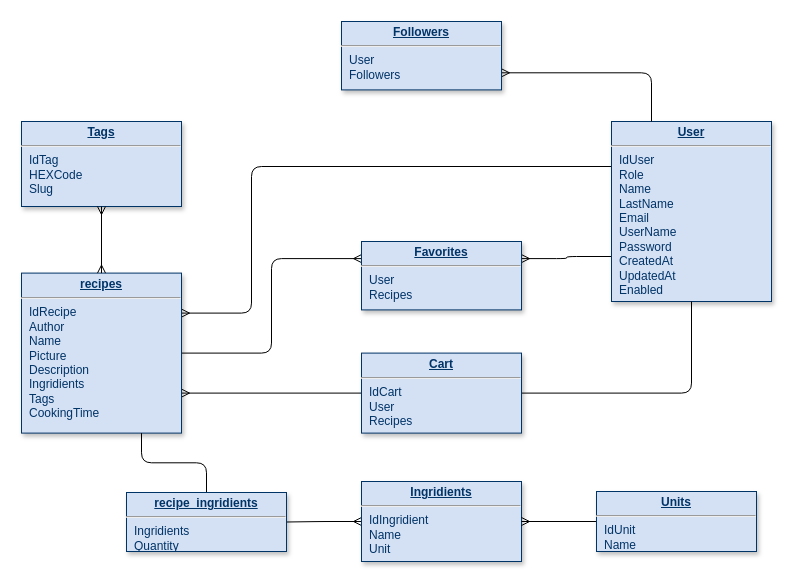
The draw.io diagram backend/db.drawio in smart5678/foodgram-project-react, before the edit. Source tidied: cells renumbered, new cells numbered last; positions are measured from the earlier drawing's top-left corner, leaving out a move shared by most shapes. Both pictures are drawn from the tidied source at 100%, with x=0, y=0 at pixel (21, 21).
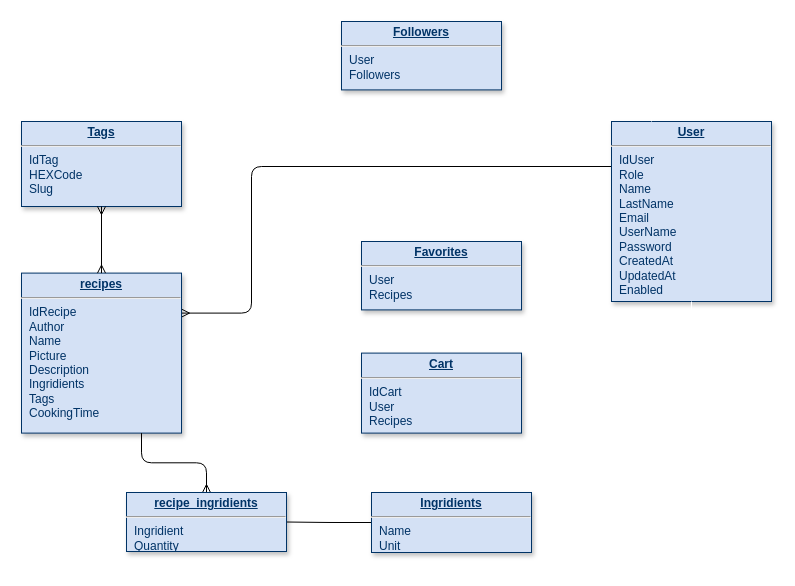
The same page after the edit.

The change refers to these unchanged cells:
```xml
<mxCell id="5" value="&lt;p style=&quot;margin: 0px ; margin-top: 4px ; text-align: center ; text-decoration: underline&quot;&gt;&lt;strong&gt;User&lt;/strong&gt;&lt;/p&gt;&lt;hr&gt;&lt;p style=&quot;margin: 0px ; margin-left: 8px&quot;&gt;IdUser&lt;/p&gt;&lt;p style=&quot;margin: 0px ; margin-left: 8px&quot;&gt;Role&lt;/p&gt;&lt;p style=&quot;margin: 0px ; margin-left: 8px&quot;&gt;Name&lt;/p&gt;&lt;p style=&quot;margin: 0px ; margin-left: 8px&quot;&gt;LastName&lt;/p&gt;&lt;p style=&quot;margin: 0px ; margin-left: 8px&quot;&gt;Email&lt;/p&gt;&lt;p style=&quot;margin: 0px ; margin-left: 8px&quot;&gt;UserName&lt;/p&gt;&lt;p style=&quot;margin: 0px ; margin-left: 8px&quot;&gt;Password&lt;/p&gt;&lt;p style=&quot;margin: 0px ; margin-left: 8px&quot;&gt;CreatedAt&lt;/p&gt;&lt;p style=&quot;margin: 0px ; margin-left: 8px&quot;&gt;UpdatedAt&lt;/p&gt;&lt;p style=&quot;margin: 0px ; margin-left: 8px&quot;&gt;Enabled&lt;/p&gt;" style="verticalAlign=top;align=left;overflow=fill;fontSize=12;fontFamily=Helvetica;html=1;strokeColor=#003366;shadow=1;fillColor=#D4E1F5;fontColor=#003366;" parent="1" vertex="1">
  <mxGeometry x="590" y="100" width="160" height="180" as="geometry" />
</mxCell>
<mxCell id="8" value="&lt;p style=&quot;margin: 0px ; margin-top: 4px ; text-align: center ; text-decoration: underline&quot;&gt;&lt;strong&gt;recipes&lt;/strong&gt;&lt;/p&gt;&lt;hr&gt;&lt;p style=&quot;margin: 0px ; margin-left: 8px&quot;&gt;IdRecipe&lt;/p&gt;&lt;p style=&quot;margin: 0px ; margin-left: 8px&quot;&gt;Author&lt;/p&gt;&lt;p style=&quot;margin: 0px ; margin-left: 8px&quot;&gt;Name&lt;/p&gt;&lt;p style=&quot;margin: 0px ; margin-left: 8px&quot;&gt;Picture&lt;/p&gt;&lt;p style=&quot;margin: 0px ; margin-left: 8px&quot;&gt;Description&lt;/p&gt;&lt;p style=&quot;margin: 0px ; margin-left: 8px&quot;&gt;Ingridients&lt;/p&gt;&lt;p style=&quot;margin: 0px ; margin-left: 8px&quot;&gt;Tags&lt;/p&gt;&lt;p style=&quot;margin: 0px ; margin-left: 8px&quot;&gt;CookingTime&lt;/p&gt;" style="verticalAlign=top;align=left;overflow=fill;fontSize=12;fontFamily=Helvetica;html=1;strokeColor=#003366;shadow=1;fillColor=#D4E1F5;fontColor=#003366;" parent="1" vertex="1">
  <mxGeometry y="251.6" width="160" height="160" as="geometry" />
</mxCell>
<mxCell id="14" value="&lt;p style=&quot;margin: 0px ; margin-top: 4px ; text-align: center ; text-decoration: underline&quot;&gt;&lt;strong&gt;Favorites&lt;/strong&gt;&lt;/p&gt;&lt;hr&gt;&lt;p style=&quot;margin: 0px ; margin-left: 8px&quot;&gt;User&lt;/p&gt;&lt;p style=&quot;margin: 0px ; margin-left: 8px&quot;&gt;Recipes&lt;/p&gt;" style="verticalAlign=top;align=left;overflow=fill;fontSize=12;fontFamily=Helvetica;html=1;strokeColor=#003366;shadow=1;fillColor=#D4E1F5;fontColor=#003366;" parent="1" vertex="1">
  <mxGeometry x="340" y="220" width="160" height="68.4" as="geometry" />
</mxCell>
<mxCell id="16" value="&lt;p style=&quot;margin: 0px ; margin-top: 4px ; text-align: center ; text-decoration: underline&quot;&gt;&lt;strong&gt;Cart&lt;/strong&gt;&lt;/p&gt;&lt;hr&gt;&lt;p style=&quot;margin: 0px ; margin-left: 8px&quot;&gt;IdCart&lt;/p&gt;&lt;p style=&quot;margin: 0px ; margin-left: 8px&quot;&gt;User&lt;/p&gt;&lt;p style=&quot;margin: 0px ; margin-left: 8px&quot;&gt;Recipes&lt;/p&gt;" style="verticalAlign=top;align=left;overflow=fill;fontSize=12;fontFamily=Helvetica;html=1;strokeColor=#003366;shadow=1;fillColor=#D4E1F5;fontColor=#003366;" parent="1" vertex="1">
  <mxGeometry x="340" y="331.6" width="160" height="80" as="geometry" />
</mxCell>
<mxCell id="20" value="&lt;p style=&quot;margin: 0px ; margin-top: 4px ; text-align: center ; text-decoration: underline&quot;&gt;&lt;strong&gt;Followers&lt;/strong&gt;&lt;/p&gt;&lt;hr&gt;&lt;p style=&quot;margin: 0px ; margin-left: 8px&quot;&gt;User&lt;/p&gt;&lt;p style=&quot;margin: 0px ; margin-left: 8px&quot;&gt;Followers&lt;/p&gt;" style="verticalAlign=top;align=left;overflow=fill;fontSize=12;fontFamily=Helvetica;html=1;strokeColor=#003366;shadow=1;fillColor=#D4E1F5;fontColor=#003366;" parent="1" vertex="1">
  <mxGeometry x="320" width="160" height="68.4" as="geometry" />
</mxCell>
```

The edit, as a diff of the source:
```diff
@@
-    <mxCell id="4" style="edgeStyle=orthogonalEdgeStyle;rounded=1;sketch=0;jumpStyle=none;jettySize=auto;html=1;exitX=0;exitY=0.75;exitDx=0;exitDy=0;entryX=1;entryY=0.25;entryDx=0;entryDy=0;shadow=0;startArrow=none;startFill=0;endArrow=ERmany;endFill=0;startSize=6;endSize=6;strokeColor=#000000;" parent="1" edge="1" source="5" target="14">
+    <mxCell id="4" style="edgeStyle=orthogonalEdgeStyle;rounded=1;sketch=0;jumpStyle=none;jettySize=auto;html=1;exitX=0;exitY=0.75;exitDx=0;exitDy=0;entryX=1;entryY=0.25;entryDx=0;entryDy=0;shadow=0;startArrow=none;startFill=0;endArrow=ERmany;endFill=0;startSize=6;endSize=6;strokeColor=#FFFFFF;" parent="1" edge="1" source="5" target="14">
       <mxGeometry relative="1" as="geometry" />
     </mxCell>
@@
-    <mxCell id="6" style="edgeStyle=orthogonalEdgeStyle;rounded=1;sketch=0;jumpStyle=none;jettySize=auto;html=1;exitX=0;exitY=0.25;exitDx=0;exitDy=0;entryX=1;entryY=0.5;entryDx=0;entryDy=0;shadow=0;startArrow=ERmany;startFill=0;endArrow=none;endFill=0;startSize=6;endSize=6;strokeColor=#000000;" parent="1" edge="1" source="14" target="8">
+    <mxCell id="6" style="edgeStyle=orthogonalEdgeStyle;rounded=1;sketch=0;jumpStyle=none;jettySize=auto;html=1;exitX=0;exitY=0.25;exitDx=0;exitDy=0;entryX=1;entryY=0.5;entryDx=0;entryDy=0;shadow=0;startArrow=ERmany;startFill=0;endArrow=none;endFill=0;startSize=6;endSize=6;strokeColor=#FFFFFF;" parent="1" edge="1" source="14" target="8">
       <mxGeometry relative="1" as="geometry" />
     </mxCell>
-    <mxCell id="7" style="edgeStyle=orthogonalEdgeStyle;rounded=1;sketch=0;jumpStyle=none;jettySize=auto;html=1;exitX=1;exitY=0.75;exitDx=0;exitDy=0;entryX=0;entryY=0.5;entryDx=0;entryDy=0;shadow=0;startArrow=ERmany;startFill=0;endArrow=none;endFill=0;startSize=6;endSize=6;strokeColor=#000000;" parent="1" edge="1" source="8" target="16">
+    <mxCell id="7" style="edgeStyle=orthogonalEdgeStyle;rounded=1;sketch=0;jumpStyle=none;jettySize=auto;html=1;exitX=1;exitY=0.75;exitDx=0;exitDy=0;entryX=0;entryY=0.5;entryDx=0;entryDy=0;shadow=0;startArrow=ERmany;startFill=0;endArrow=none;endFill=0;startSize=6;endSize=6;strokeColor=#FFFFFF;" parent="1" edge="1" source="8" target="16">
       <mxGeometry relative="1" as="geometry" />
     </mxCell>
@@
-    <mxCell id="10" style="edgeStyle=orthogonalEdgeStyle;rounded=1;jettySize=auto;html=1;exitX=0.75;exitY=1;exitDx=0;exitDy=0;entryX=0.5;entryY=0;entryDx=0;entryDy=0;startArrow=none;startFill=0;endArrow=none;endFill=0;" parent="1" edge="1" source="8" target="12">
+    <mxCell id="10" style="edgeStyle=orthogonalEdgeStyle;rounded=1;jettySize=auto;html=1;exitX=0.5;exitY=0;exitDx=0;exitDy=0;entryX=0.75;entryY=1;entryDx=0;entryDy=0;startArrow=ERmany;startFill=0;endArrow=none;endFill=0;" parent="1" edge="1" source="12" target="8">
       <mxGeometry relative="1" as="geometry" />
     </mxCell>
-    <mxCell id="11" style="edgeStyle=orthogonalEdgeStyle;rounded=1;jettySize=auto;html=1;exitX=0;exitY=0.5;exitDx=0;exitDy=0;entryX=1;entryY=0.5;entryDx=0;entryDy=0;startArrow=ERmany;startFill=0;endArrow=none;endFill=0;" parent="1" edge="1" source="13" target="12">
+    <mxCell id="11" style="edgeStyle=orthogonalEdgeStyle;rounded=1;jettySize=auto;html=1;exitX=0;exitY=0.5;exitDx=0;exitDy=0;entryX=1;entryY=0.5;entryDx=0;entryDy=0;startArrow=none;startFill=0;endArrow=none;endFill=0;" parent="1" edge="1" source="13" target="12">
       <mxGeometry relative="1" as="geometry" />
     </mxCell>
-    <mxCell id="12" value="&lt;p style=&quot;margin: 0px ; margin-top: 4px ; text-align: center ; text-decoration: underline&quot;&gt;&lt;strong&gt;recipe_ingridients&lt;/strong&gt;&lt;/p&gt;&lt;hr&gt;&lt;p style=&quot;margin: 0px ; margin-left: 8px&quot;&gt;&lt;span&gt;Ingridients&lt;/span&gt;&lt;br&gt;&lt;/p&gt;&lt;p style=&quot;margin: 0px ; margin-left: 8px&quot;&gt;Quantity&lt;br&gt;&lt;/p&gt;" style="verticalAlign=top;align=left;overflow=fill;fontSize=12;fontFamily=Helvetica;html=1;strokeColor=#003366;shadow=1;fillColor=#D4E1F5;fontColor=#003366;" parent="1" vertex="1">
+    <mxCell id="12" value="&lt;p style=&quot;margin: 0px ; margin-top: 4px ; text-align: center ; text-decoration: underline&quot;&gt;&lt;strong&gt;recipe_ingridients&lt;/strong&gt;&lt;/p&gt;&lt;hr&gt;&lt;p style=&quot;margin: 0px ; margin-left: 8px&quot;&gt;&lt;span&gt;Ingridient&lt;/span&gt;&lt;br&gt;&lt;/p&gt;&lt;p style=&quot;margin: 0px ; margin-left: 8px&quot;&gt;Quantity&lt;br&gt;&lt;/p&gt;" style="verticalAlign=top;align=left;overflow=fill;fontSize=12;fontFamily=Helvetica;html=1;strokeColor=#003366;shadow=1;fillColor=#D4E1F5;fontColor=#003366;" parent="1" vertex="1">
       <mxGeometry x="105" y="471" width="160" height="59" as="geometry" />
     </mxCell>
-    <mxCell id="13" value="&lt;p style=&quot;margin: 0px ; margin-top: 4px ; text-align: center ; text-decoration: underline&quot;&gt;&lt;strong&gt;Ingridients&lt;/strong&gt;&lt;/p&gt;&lt;hr&gt;&lt;p style=&quot;margin: 0px ; margin-left: 8px&quot;&gt;IdIngridient&lt;br&gt;Name&lt;/p&gt;&lt;p style=&quot;margin: 0px ; margin-left: 8px&quot;&gt;Unit&lt;/p&gt;" style="verticalAlign=top;align=left;overflow=fill;fontSize=12;fontFamily=Helvetica;html=1;strokeColor=#003366;shadow=1;fillColor=#D4E1F5;fontColor=#003366;" parent="1" vertex="1">
-      <mxGeometry x="340" y="460" width="160" height="80" as="geometry" />
+    <mxCell id="13" value="&lt;p style=&quot;margin: 0px ; margin-top: 4px ; text-align: center ; text-decoration: underline&quot;&gt;&lt;strong&gt;Ingridients&lt;/strong&gt;&lt;/p&gt;&lt;hr&gt;&lt;p style=&quot;margin: 0px ; margin-left: 8px&quot;&gt;Name&lt;/p&gt;&lt;p style=&quot;margin: 0px ; margin-left: 8px&quot;&gt;Unit&lt;/p&gt;" style="verticalAlign=top;align=left;overflow=fill;fontSize=12;fontFamily=Helvetica;html=1;strokeColor=#003366;shadow=1;fillColor=#D4E1F5;fontColor=#003366;" parent="1" vertex="1">
+      <mxGeometry x="350" y="471" width="160" height="60" as="geometry" />
     </mxCell>
@@
-    <mxCell id="15" style="edgeStyle=orthogonalEdgeStyle;rounded=1;sketch=0;jumpStyle=none;jettySize=auto;html=1;exitX=1;exitY=0.5;exitDx=0;exitDy=0;entryX=0.5;entryY=1;entryDx=0;entryDy=0;shadow=0;startArrow=none;startFill=0;endArrow=none;endFill=0;startSize=6;endSize=6;strokeColor=#000000;" parent="1" edge="1" source="16" target="5">
+    <mxCell id="15" style="edgeStyle=orthogonalEdgeStyle;rounded=1;sketch=0;jumpStyle=none;jettySize=auto;html=1;exitX=1;exitY=0.5;exitDx=0;exitDy=0;entryX=0.5;entryY=1;entryDx=0;entryDy=0;shadow=0;startArrow=none;startFill=0;endArrow=none;endFill=0;startSize=6;endSize=6;strokeColor=#FFFFFF;" parent="1" edge="1" source="16" target="5">
       <mxGeometry relative="1" as="geometry" />
     </mxCell>
@@
-    <mxCell id="17" style="edgeStyle=orthogonalEdgeStyle;rounded=1;sketch=0;jumpStyle=none;jettySize=auto;html=1;exitX=1;exitY=0.5;exitDx=0;exitDy=0;entryX=0;entryY=0.5;entryDx=0;entryDy=0;shadow=0;startArrow=ERmany;startFill=0;endArrow=none;endFill=0;startSize=6;endSize=6;strokeColor=#000000;" parent="1" edge="1" source="13" target="18">
-      <mxGeometry relative="1" as="geometry" />
-    </mxCell>
-    <mxCell id="18" value="&lt;p style=&quot;margin: 0px ; margin-top: 4px ; text-align: center ; text-decoration: underline&quot;&gt;&lt;strong&gt;Units&lt;/strong&gt;&lt;/p&gt;&lt;hr&gt;&lt;p style=&quot;margin: 0px ; margin-left: 8px&quot;&gt;&lt;span&gt;IdUnit&lt;/span&gt;&lt;br&gt;&lt;/p&gt;&lt;p style=&quot;margin: 0px ; margin-left: 8px&quot;&gt;&lt;span&gt;Name&lt;/span&gt;&lt;/p&gt;" style="verticalAlign=top;align=left;overflow=fill;fontSize=12;fontFamily=Helvetica;html=1;strokeColor=#003366;shadow=1;fillColor=#D4E1F5;fontColor=#003366;" parent="1" vertex="1">
-      <mxGeometry x="575" y="470" width="160" height="60" as="geometry" />
-    </mxCell>
-    <mxCell id="19" style="edgeStyle=orthogonalEdgeStyle;rounded=1;sketch=0;jumpStyle=none;jettySize=auto;html=1;exitX=1;exitY=0.75;exitDx=0;exitDy=0;entryX=0.25;entryY=0;entryDx=0;entryDy=0;shadow=0;startArrow=ERmany;startFill=0;endArrow=none;endFill=0;startSize=6;endSize=6;strokeColor=#000000;" parent="1" edge="1" source="20" target="5">
+    <mxCell id="19" style="edgeStyle=orthogonalEdgeStyle;rounded=1;sketch=0;jumpStyle=none;jettySize=auto;html=1;exitX=1;exitY=0.75;exitDx=0;exitDy=0;entryX=0.25;entryY=0;entryDx=0;entryDy=0;shadow=0;startArrow=ERmany;startFill=0;endArrow=none;endFill=0;startSize=6;endSize=6;strokeColor=#FFFFFF;" parent="1" edge="1" source="20" target="5">
       <mxGeometry relative="1" as="geometry" />
     </mxCell>
```
